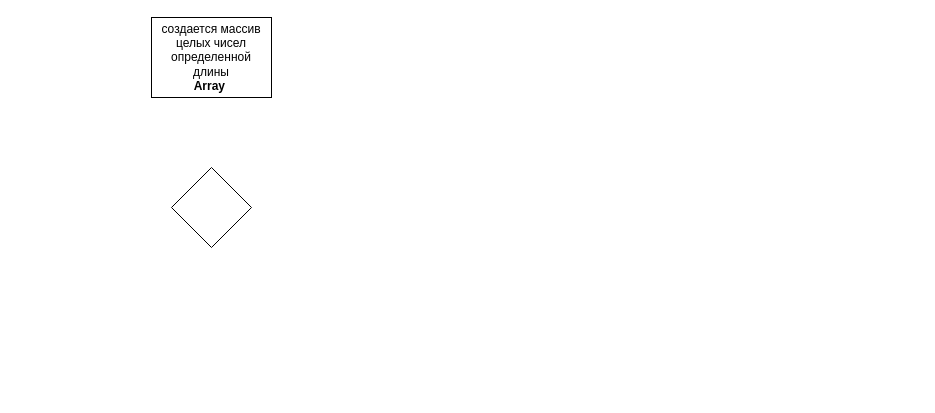
Before: Practice/Untitled Diagram.drawio in PrusakovAndrey/GB_Exam, a draw.io diagram. Source tidied: cells renumbered, new cells numbered last; positions are measured from the earlier drawing's top-left corner, leaving out a move shared by most shapes. Both pictures are drawn from the tidied source at 100%, with x=0, y=0 at pixel (151, 17).
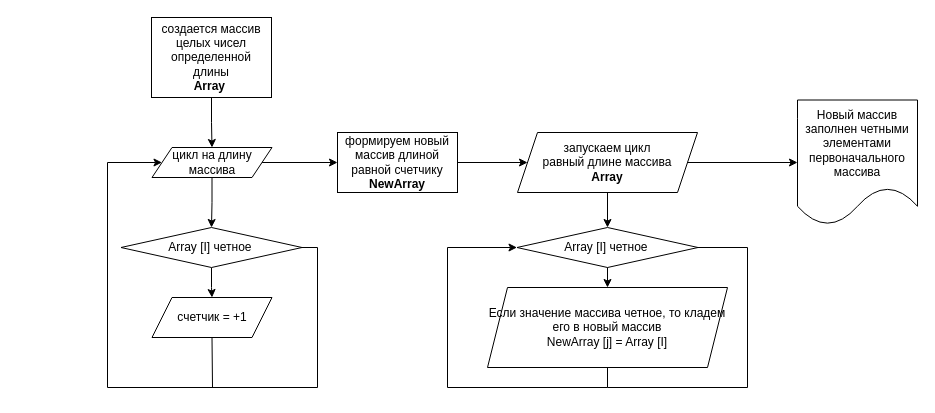
After the change.

The change refers to these unchanged cells:
```xml
<mxCell id="2" value="создается массив целых чисел определенной длины&lt;br&gt;&lt;b&gt;Array&lt;/b&gt;&amp;nbsp;" style="rounded=0;whiteSpace=wrap;html=1;" parent="1" vertex="1">
  <mxGeometry width="120" height="80" as="geometry" />
</mxCell>
```

Change to the diagram source:
```diff
@@
+    <mxCell id="4" style="edgeStyle=orthogonalEdgeStyle;rounded=0;jettySize=auto;html=1;" parent="1" edge="1" source="2" target="10">
+      <mxGeometry relative="1" as="geometry" />
+    </mxCell>
@@
+    <mxCell id="5" style="edgeStyle=orthogonalEdgeStyle;rounded=0;jettySize=auto;html=1;" parent="1" edge="1" source="3" target="6">
+      <mxGeometry relative="1" as="geometry" />
+    </mxCell>
-    <mxCell id="3" style="rhombus;whiteSpace=wrap;html=1;" parent="1" vertex="1">
-      <mxGeometry x="20" y="150" width="80" height="80" as="geometry" />
+    <mxCell id="3" value="Array [I] четное&amp;nbsp;" style="rhombus;whiteSpace=wrap;html=1;" parent="1" vertex="1">
+      <mxGeometry x="-30.5" y="210" width="181" height="40" as="geometry" />
     </mxCell>
+    <mxCell id="6" value="счетчик = +1" style="shape=parallelogram;perimeter=parallelogramPerimeter;whiteSpace=wrap;html=1;fixedSize=1;" parent="1" vertex="1">
+      <mxGeometry x="0.5" y="280" width="120" height="40" as="geometry" />
+    </mxCell>
+    <mxCell id="7" style="endArrow=none;html=1;rounded=0;exitDx=0;exitDy=0;exitPerimeter=0;startArrow=none;" parent="1" edge="1">
+      <mxGeometry relative="1" as="geometry">
+        <mxPoint x="-134" y="270" as="sourcePoint" />
+        <mxPoint x="-134" y="270" as="targetPoint" />
+      </mxGeometry>
+    </mxCell>
+    <mxCell id="8" style="edgeStyle=orthogonalEdgeStyle;rounded=0;jettySize=auto;html=1;" parent="1" edge="1" source="10" target="3">
+      <mxGeometry relative="1" as="geometry" />
+    </mxCell>
+    <mxCell id="9" style="edgeStyle=orthogonalEdgeStyle;rounded=0;jettySize=auto;html=1;" parent="1" edge="1" source="10" target="14">
+      <mxGeometry relative="1" as="geometry" />
+    </mxCell>
+    <mxCell id="10" value="цикл на длину массива" style="shape=parallelogram;perimeter=parallelogramPerimeter;whiteSpace=wrap;html=1;fixedSize=1;" parent="1" vertex="1">
+      <mxGeometry x="0.5" y="130" width="120" height="30" as="geometry" />
+    </mxCell>
+    <mxCell id="11" style="endArrow=classic;html=1;rounded=0;exitX=0.5;exitY=1;exitDx=0;exitDy=0;entryX=0;entryY=0.5;entryDx=0;entryDy=0;" parent="1" edge="1" source="6" target="10">
+      <mxGeometry relative="1" as="geometry">
+        <Array as="points">
+          <mxPoint x="61" y="370" />
+          <mxPoint x="-44" y="370" />
+          <mxPoint x="-44" y="145" />
+        </Array>
+      </mxGeometry>
+    </mxCell>
+    <mxCell id="12" style="endArrow=none;html=1;rounded=0;entryX=1;entryY=0.5;entryDx=0;entryDy=0;" parent="1" edge="1" target="3">
+      <mxGeometry relative="1" as="geometry">
+        <mxPoint x="56" y="370" as="sourcePoint" />
+        <Array as="points">
+          <mxPoint x="166" y="370" />
+          <mxPoint x="166" y="230" />
+        </Array>
+      </mxGeometry>
+    </mxCell>
+    <mxCell id="13" style="edgeStyle=orthogonalEdgeStyle;rounded=0;jettySize=auto;html=1;" parent="1" edge="1" source="14" target="16">
+      <mxGeometry relative="1" as="geometry" />
+    </mxCell>
+    <mxCell id="14" value="формируем новый массив длиной равной счетчику &lt;b&gt;NewArray&lt;/b&gt;" style="rounded=0;whiteSpace=wrap;html=1;" parent="1" vertex="1">
+      <mxGeometry x="186" y="115" width="120" height="60" as="geometry" />
+    </mxCell>
+    <mxCell id="15" style="edgeStyle=orthogonalEdgeStyle;rounded=0;jettySize=auto;html=1;" parent="1" edge="1" source="16" target="23">
+      <mxGeometry relative="1" as="geometry" />
+    </mxCell>
+    <mxCell id="16" value="запускаем цикл &lt;br&gt;равный длине массива &lt;br&gt;&lt;b&gt;Array&lt;/b&gt;" style="shape=parallelogram;perimeter=parallelogramPerimeter;whiteSpace=wrap;html=1;fixedSize=1;" parent="1" vertex="1">
+      <mxGeometry x="366" y="115" width="180" height="60" as="geometry" />
+    </mxCell>
+    <mxCell id="17" value="Array [I] четное&amp;nbsp;" style="rhombus;whiteSpace=wrap;html=1;" parent="1" vertex="1">
+      <mxGeometry x="365.5" y="210" width="181" height="40" as="geometry" />
+    </mxCell>
+    <mxCell id="18" value="Если значение массива четное, то кладем его в новый массив &lt;br&gt;NewArray [j] = Array [I]" style="shape=parallelogram;perimeter=parallelogramPerimeter;whiteSpace=wrap;html=1;fixedSize=1;" parent="1" vertex="1">
+      <mxGeometry x="336" y="270" width="240" height="80" as="geometry" />
+    </mxCell>
+    <mxCell id="19" style="endArrow=classic;html=1;rounded=0;exitX=0.5;exitY=1;exitDx=0;exitDy=0;" parent="1" edge="1" source="16" target="17">
+      <mxGeometry relative="1" as="geometry" />
+    </mxCell>
+    <mxCell id="20" style="endArrow=classic;html=1;rounded=0;entryX=0.5;entryY=0;entryDx=0;entryDy=0;" parent="1" edge="1" target="18">
+      <mxGeometry relative="1" as="geometry">
+        <mxPoint x="456" y="250" as="sourcePoint" />
+      </mxGeometry>
+    </mxCell>
+    <mxCell id="21" style="endArrow=classic;html=1;rounded=0;entryX=0;entryY=0.5;entryDx=0;entryDy=0;exitX=0.5;exitY=1;exitDx=0;exitDy=0;" parent="1" edge="1" source="18" target="17">
+      <mxGeometry relative="1" as="geometry">
+        <Array as="points">
+          <mxPoint x="456" y="370" />
+          <mxPoint x="296" y="370" />
+          <mxPoint x="296" y="230" />
+        </Array>
+      </mxGeometry>
+    </mxCell>
+    <mxCell id="22" style="endArrow=none;html=1;rounded=0;entryX=1;entryY=0.5;entryDx=0;entryDy=0;" parent="1" edge="1" target="17">
+      <mxGeometry relative="1" as="geometry">
+        <mxPoint x="456" y="370" as="sourcePoint" />
+        <Array as="points">
+          <mxPoint x="596" y="370" />
+          <mxPoint x="596" y="230" />
+        </Array>
+      </mxGeometry>
+    </mxCell>
+    <mxCell id="23" value="Новый массив заполнен четными элементами первоначального массива" style="shape=document;whiteSpace=wrap;html=1;boundedLbl=1;" parent="1" vertex="1">
+      <mxGeometry x="646" y="82.5" width="120" height="125" as="geometry" />
+    </mxCell>
```
